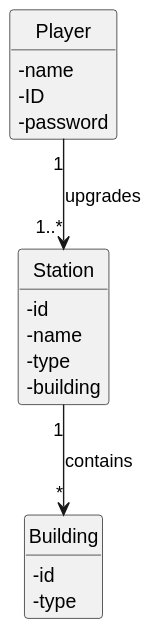
Earlier version of the PlantUML export docs/sprint1/us006/02.analysis/svg/us006-domain-model.svg (ivasduarte/all-aboard).
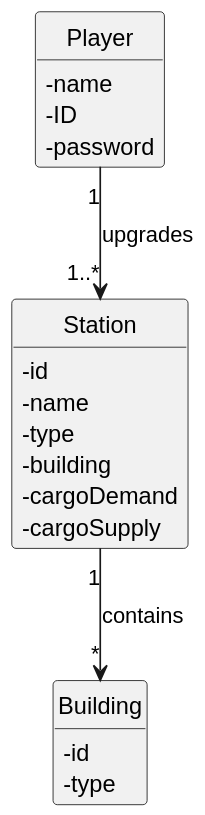
After the change.

The edit, as a diff of the source:
```diff
@@ -19,6 +19,8 @@
     - name
     - type
     - building
+    - cargoDemand
+    - cargoSupply
 }
 
 class Building {
```
